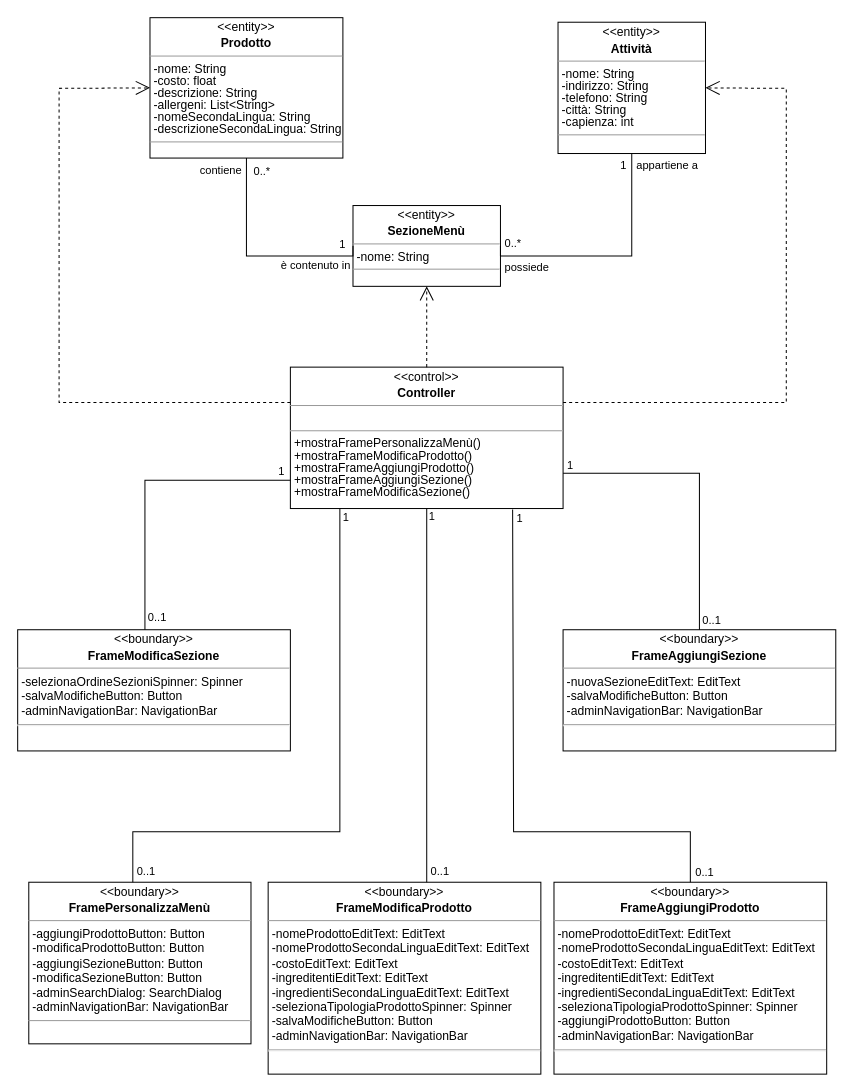
The draw.io diagram Documentazione/Class Diagram/Analisi/drawio/Analysis Class Diagram - Personalizza menù.drawio in vittorioruggiero/Progetto-IngSw, before the edit. Source tidied: cells renumbered, new cells numbered last; positions are measured from the earlier drawing's top-left corner, leaving out a move shared by most shapes. Both pictures are drawn from the tidied source at 101%, with x=0, y=0 at pixel (17, 17).
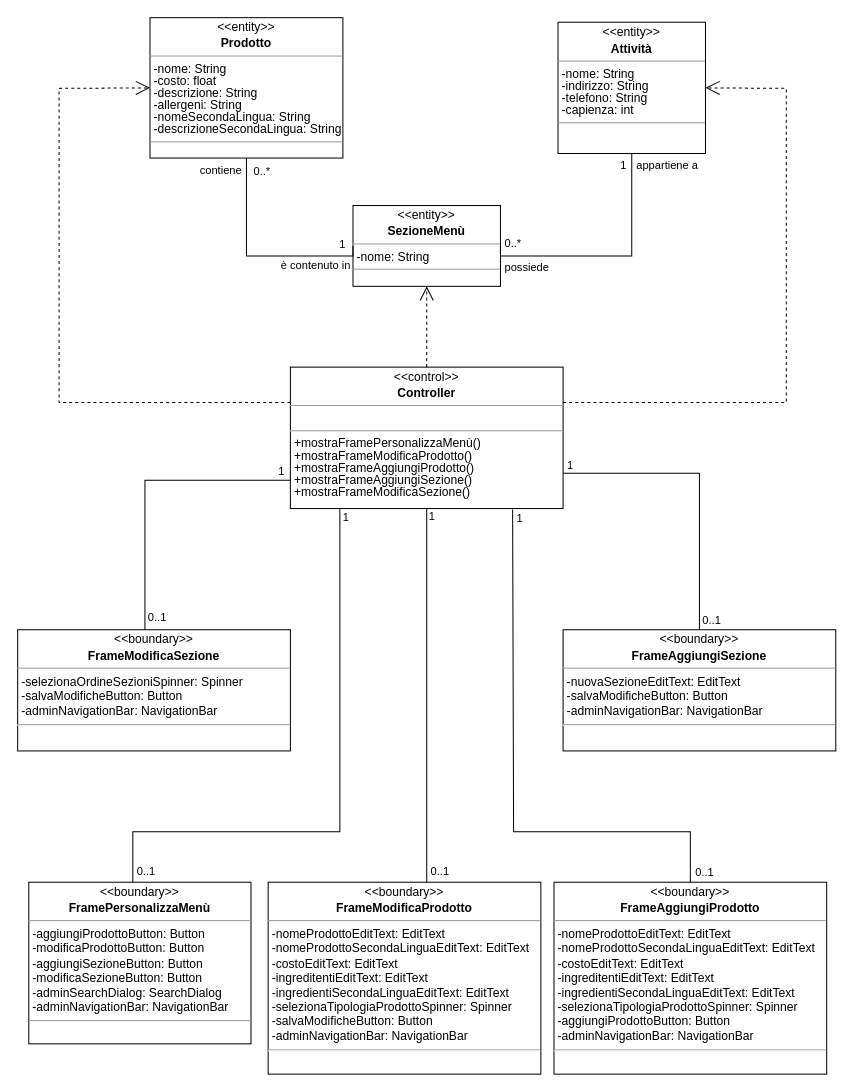
After the change.

Commit message (it also covers changes not shown here):
piccole modifiche class diagram

Change to the diagram source:
```diff
@@
-    <mxCell id="2" value="&lt;p style=&quot;margin: 4px 0px 0px; text-align: center; line-height: 100%;&quot;&gt;&amp;lt;&amp;lt;entity&amp;gt;&amp;gt;&lt;/p&gt;&lt;p style=&quot;margin: 4px 0px 0px; text-align: center; line-height: 100%;&quot;&gt;&lt;b&gt;Prodotto&lt;/b&gt;&lt;/p&gt;&lt;hr style=&quot;line-height: 100%;&quot; size=&quot;1&quot;&gt;&lt;p style=&quot;margin: 0px 0px 0px 4px; line-height: 100%;&quot;&gt;-nome: String&lt;/p&gt;&lt;p style=&quot;margin: 0px 0px 0px 4px; line-height: 100%;&quot;&gt;-costo: float&lt;/p&gt;&lt;p style=&quot;margin: 0px 0px 0px 4px; line-height: 100%;&quot;&gt;-descrizione: String&lt;/p&gt;&lt;p style=&quot;margin: 0px 0px 0px 4px; line-height: 100%;&quot;&gt;-allergeni: List&amp;lt;String&amp;gt;&lt;/p&gt;&lt;p style=&quot;margin: 0px 0px 0px 4px; line-height: 100%;&quot;&gt;-nomeSecondaLingua: String&lt;/p&gt;&lt;p style=&quot;margin: 0px 0px 0px 4px; line-height: 100%;&quot;&gt;-descrizioneSecondaLingua: String&lt;/p&gt;&lt;hr style=&quot;line-height: 100%;&quot; size=&quot;1&quot;&gt;&lt;p style=&quot;margin: 0px 0px 0px 4px; line-height: 100%;&quot;&gt;&lt;br&gt;&lt;/p&gt;" style="verticalAlign=top;align=left;overflow=fill;fontSize=12;fontFamily=Helvetica;html=1;" parent="1" vertex="1">
+    <mxCell id="2" value="&lt;p style=&quot;margin: 4px 0px 0px; text-align: center; line-height: 100%;&quot;&gt;&amp;lt;&amp;lt;entity&amp;gt;&amp;gt;&lt;/p&gt;&lt;p style=&quot;margin: 4px 0px 0px; text-align: center; line-height: 100%;&quot;&gt;&lt;b&gt;Prodotto&lt;/b&gt;&lt;/p&gt;&lt;hr style=&quot;line-height: 100%;&quot; size=&quot;1&quot;&gt;&lt;p style=&quot;margin: 0px 0px 0px 4px; line-height: 100%;&quot;&gt;-nome: String&lt;/p&gt;&lt;p style=&quot;margin: 0px 0px 0px 4px; line-height: 100%;&quot;&gt;-costo: float&lt;/p&gt;&lt;p style=&quot;margin: 0px 0px 0px 4px; line-height: 100%;&quot;&gt;-descrizione: String&lt;/p&gt;&lt;p style=&quot;margin: 0px 0px 0px 4px; line-height: 100%;&quot;&gt;-allergeni: String&lt;/p&gt;&lt;p style=&quot;margin: 0px 0px 0px 4px; line-height: 100%;&quot;&gt;-nomeSecondaLingua: String&lt;/p&gt;&lt;p style=&quot;margin: 0px 0px 0px 4px; line-height: 100%;&quot;&gt;-descrizioneSecondaLingua: String&lt;/p&gt;&lt;hr style=&quot;line-height: 100%;&quot; size=&quot;1&quot;&gt;&lt;p style=&quot;margin: 0px 0px 0px 4px; line-height: 100%;&quot;&gt;&lt;br&gt;&lt;/p&gt;" style="verticalAlign=top;align=left;overflow=fill;fontSize=12;fontFamily=Helvetica;html=1;" parent="1" vertex="1">
       <mxGeometry x="131" width="191" height="139" as="geometry" />
     </mxCell>
@@
-    <mxCell id="25" value="&lt;p style=&quot;margin: 4px 0px 0px; text-align: center; line-height: 100%;&quot;&gt;&amp;lt;&amp;lt;entity&amp;gt;&amp;gt;&lt;/p&gt;&lt;p style=&quot;margin: 4px 0px 0px; text-align: center; line-height: 100%;&quot;&gt;&lt;b&gt;Attività&lt;/b&gt;&lt;/p&gt;&lt;hr style=&quot;line-height: 100%;&quot; size=&quot;1&quot;&gt;&lt;p style=&quot;margin: 0px 0px 0px 4px; line-height: 100%;&quot;&gt;-nome: String&lt;/p&gt;&lt;p style=&quot;margin: 0px 0px 0px 4px; line-height: 100%;&quot;&gt;-indirizzo: String&lt;/p&gt;&lt;p style=&quot;margin: 0px 0px 0px 4px; line-height: 100%;&quot;&gt;-telefono: String&lt;/p&gt;&lt;p style=&quot;margin: 0px 0px 0px 4px; line-height: 100%;&quot;&gt;-città: String&lt;/p&gt;&lt;p style=&quot;margin: 0px 0px 0px 4px; line-height: 100%;&quot;&gt;-capienza: int&lt;/p&gt;&lt;hr style=&quot;line-height: 100%;&quot; size=&quot;1&quot;&gt;&lt;p style=&quot;margin: 0px 0px 0px 4px; line-height: 100%;&quot;&gt;&lt;br&gt;&lt;/p&gt;" style="verticalAlign=top;align=left;overflow=fill;fontSize=12;fontFamily=Helvetica;html=1;" parent="1" vertex="1">
+    <mxCell id="25" value="&lt;p style=&quot;margin: 4px 0px 0px; text-align: center; line-height: 100%;&quot;&gt;&amp;lt;&amp;lt;entity&amp;gt;&amp;gt;&lt;/p&gt;&lt;p style=&quot;margin: 4px 0px 0px; text-align: center; line-height: 100%;&quot;&gt;&lt;b&gt;Attività&lt;/b&gt;&lt;/p&gt;&lt;hr style=&quot;line-height: 100%;&quot; size=&quot;1&quot;&gt;&lt;p style=&quot;margin: 0px 0px 0px 4px; line-height: 100%;&quot;&gt;-nome: String&lt;/p&gt;&lt;p style=&quot;margin: 0px 0px 0px 4px; line-height: 100%;&quot;&gt;-indirizzo: String&lt;/p&gt;&lt;p style=&quot;margin: 0px 0px 0px 4px; line-height: 100%;&quot;&gt;-telefono: String&lt;/p&gt;&lt;p style=&quot;margin: 0px 0px 0px 4px; line-height: 100%;&quot;&gt;&lt;span style=&quot;background-color: initial;&quot;&gt;-capienza: int&lt;/span&gt;&lt;br&gt;&lt;/p&gt;&lt;hr style=&quot;line-height: 100%;&quot; size=&quot;1&quot;&gt;&lt;p style=&quot;margin: 0px 0px 0px 4px; line-height: 100%;&quot;&gt;&lt;br&gt;&lt;/p&gt;" style="verticalAlign=top;align=left;overflow=fill;fontSize=12;fontFamily=Helvetica;html=1;" parent="1" vertex="1">
       <mxGeometry x="535" y="4.5" width="146" height="130" as="geometry" />
     </mxCell>
```
